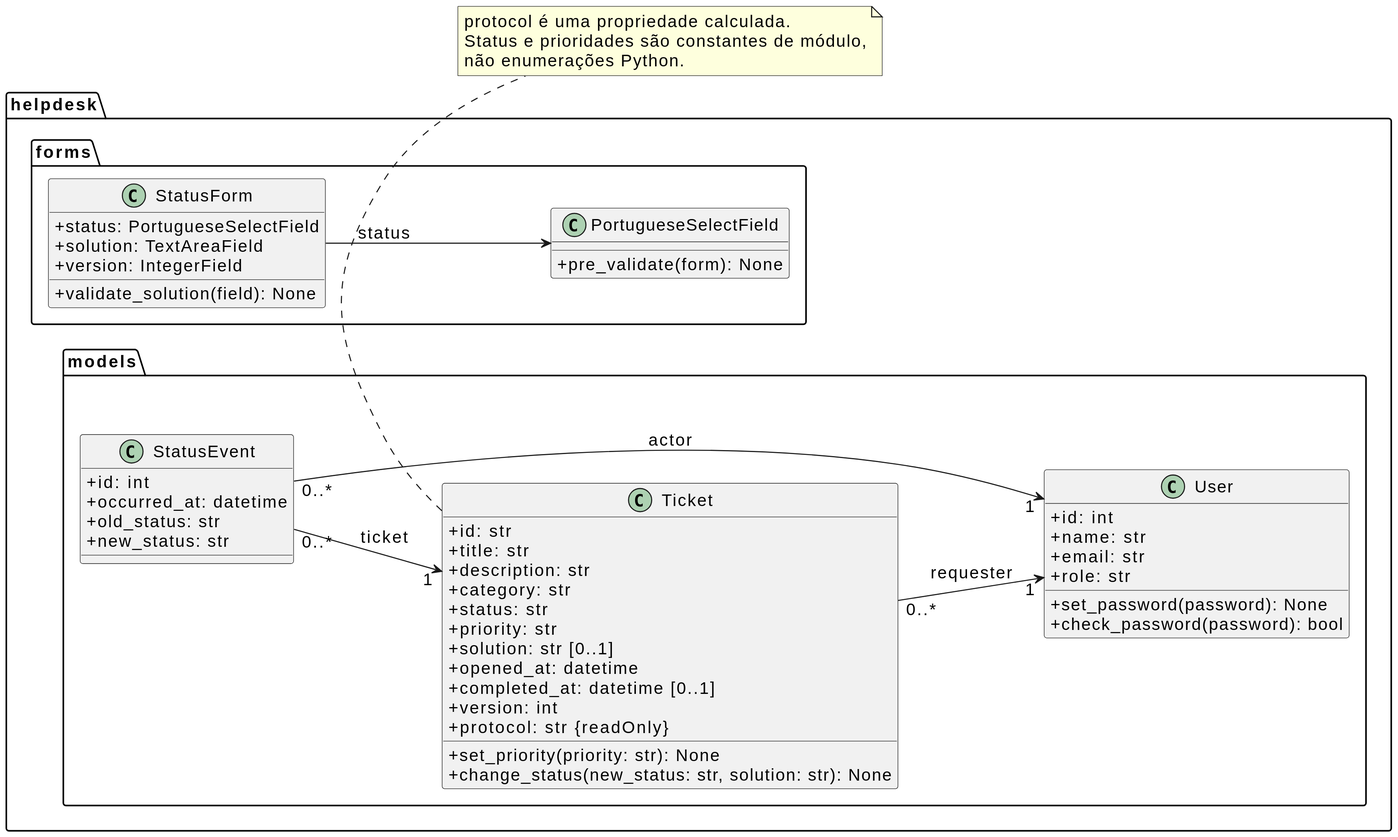
This is docs/diagrams/sprint-2-classes.svg from Lfijho/chamadosLES, a PlantUML export, as it was before one commit. Its diagram source:
```plantuml
@startuml
skinparam backgroundColor #FFFFFF
skinparam shadowing false
skinparam dpi 240
skinparam defaultFontName SansSerif
skinparam defaultFontSize 16
skinparam ParticipantPadding 16
skinparam maxMessageSize 230
left to right direction
skinparam classAttributeIconSize 0
package "helpdesk.models" {
  class User {
    +id: int
    +name: str
    +email: str
    +role: str
    +set_password(password): None
    +check_password(password): bool
  }
  class Ticket {
    +id: str
    +title: str
    +description: str
    +category: str
    +status: str
    +priority: str
    +solution: str [0..1]
    +opened_at: datetime
    +completed_at: datetime [0..1]
    +version: int
    +protocol: str {readOnly}
    +set_priority(priority: str): None
    +change_status(new_status: str, solution: str): None
  }
  class StatusEvent {
    +id: int
    +occurred_at: datetime
    +old_status: str
    +new_status: str
  }
}
Ticket "0..*" --> "1" User : requester
StatusEvent "0..*" --> "1" User : actor
StatusEvent "0..*" --> "1" Ticket : ticket
package "helpdesk.forms" {
  class StatusForm {
    +status: PortugueseSelectField
    +solution: TextAreaField
    +version: IntegerField
    +validate_solution(field): None
  }
  class PortugueseSelectField {
    +pre_validate(form): None
  }
  StatusForm --> PortugueseSelectField : status
}
note bottom of Ticket
protocol é uma propriedade calculada.
Status e prioridades são constantes de módulo,
não enumerações Python.
end note
@enduml
```
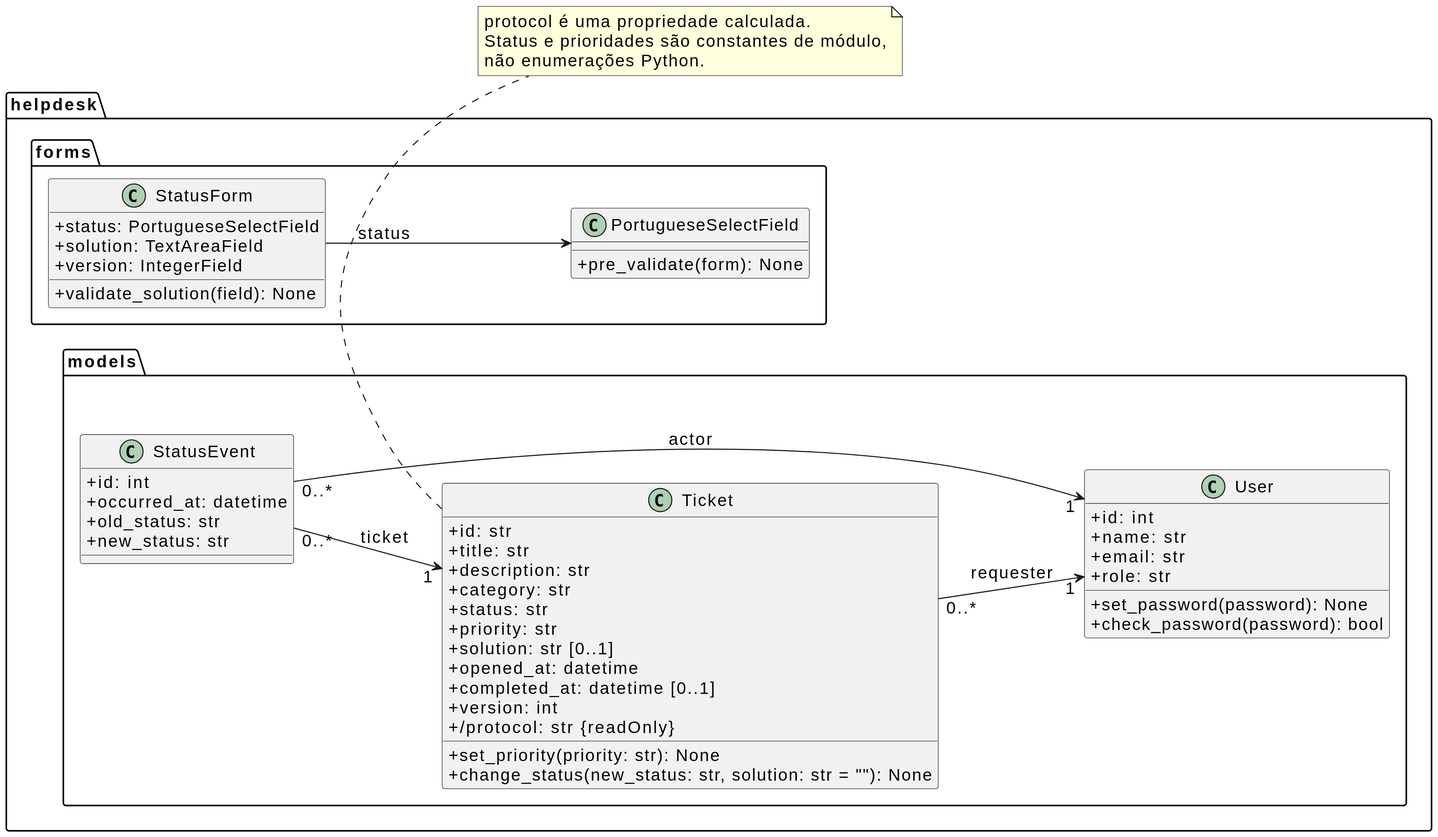
Above is the later version.

The edit, as a diff of the source:
```diff
@@ -28,9 +28,9 @@
     +opened_at: datetime
     +completed_at: datetime [0..1]
     +version: int
-    +protocol: str {readOnly}
+    +/protocol: str {readOnly}
     +set_priority(priority: str): None
-    +change_status(new_status: str, solution: str): None
+    +change_status(new_status: str, solution: str = ""): None
   }
   class StatusEvent {
     +id: int
```
